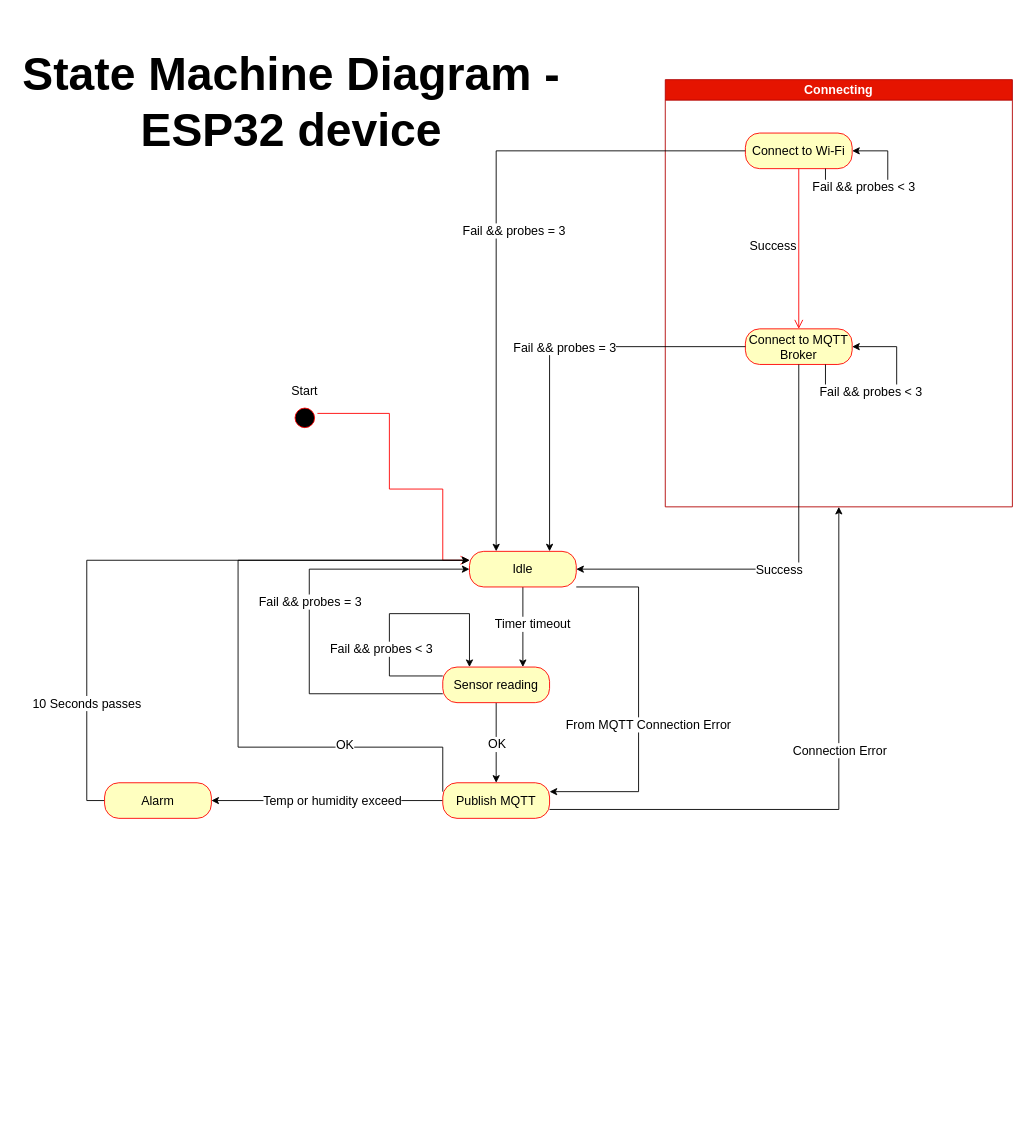
The draw.io diagram docs/Diagrams/State Machine Diagram.drawio in IgnacyO/SmartTempSensor, before the edit. Source tidied: cells renumbered, new cells numbered last; positions are measured from the earlier drawing's top-left corner, leaving out a move shared by most shapes. Both pictures are drawn from the tidied source at 89%, with x=0, y=0 at pixel (15, 79).
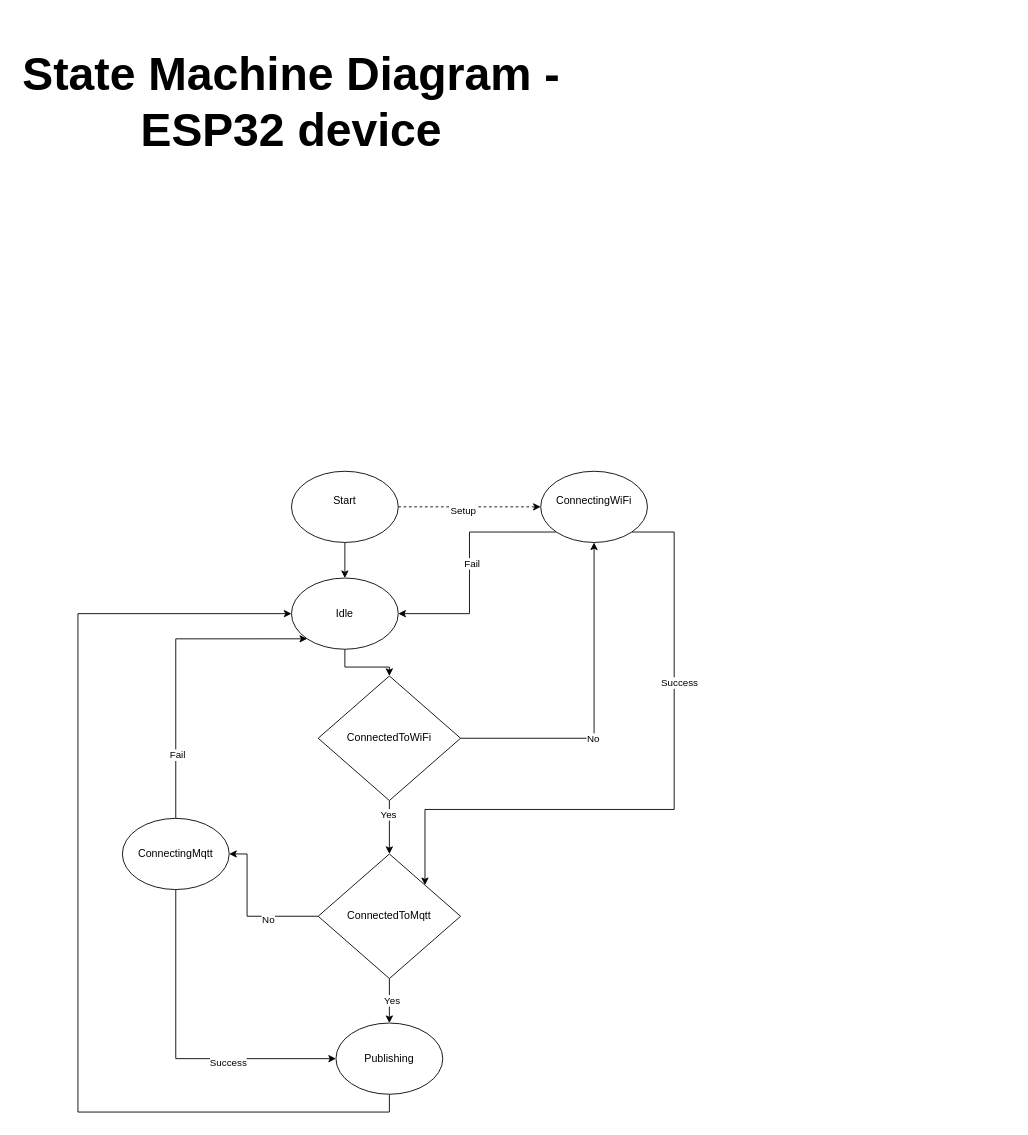
The same page after the edit.

Commit message (it also covers changes not shown here):
refactor/feat: update existing state machine diagram and add state machine summary

Diff of the diagram source:
```diff
@@
-    <mxCell id="2" style="ellipse;html=1;shape=startState;fillColor=#000000;strokeColor=#ff0000;verticalAlign=top;fontSize=14;" parent="1" vertex="1">
-      <mxGeometry x="310" y="365" width="30" height="30" as="geometry" />
-    </mxCell>
-    <mxCell id="3" style="edgeStyle=orthogonalEdgeStyle;html=1;verticalAlign=bottom;endArrow=open;endSize=8;strokeColor=light-dark(#FF0000,#FFFFFF);rounded=0;entryX=0;entryY=0.25;entryDx=0;entryDy=0;fontSize=14;" parent="1" edge="1" source="2" target="21">
-      <mxGeometry relative="1" as="geometry">
-        <Array as="points">
-          <mxPoint x="420" y="375" />
-          <mxPoint x="420" y="460" />
-          <mxPoint x="480" y="460" />
-        </Array>
-      </mxGeometry>
-    </mxCell>
-    <mxCell id="4" value="Connecting" style="swimlane;whiteSpace=wrap;html=1;perimeterSpacing=0;fillColor=#e51400;fontColor=#ffffff;strokeColor=#B20000;fontSize=14;" parent="1" vertex="1">
-      <mxGeometry x="730" width="390" height="480" as="geometry" />
-    </mxCell>
-    <mxCell id="5" value="Connect to Wi-Fi" style="rounded=1;whiteSpace=wrap;html=1;arcSize=40;fontColor=#000000;fillColor=#ffffc0;strokeColor=#ff0000;fontSize=14;" parent="4" vertex="1">
-      <mxGeometry x="90" y="60" width="120" height="40" as="geometry" />
-    </mxCell>
-    <mxCell id="6" style="edgeStyle=orthogonalEdgeStyle;html=1;verticalAlign=bottom;endArrow=open;endSize=8;strokeColor=light-dark(#FF0000,#FFFFFF);rounded=0;entryX=0.5;entryY=0;entryDx=0;entryDy=0;fontSize=14;" parent="4" edge="1" source="5" target="8">
-      <mxGeometry relative="1" as="geometry" />
-    </mxCell>
-    <mxCell id="7" value="Success" style="edgeLabel;html=1;align=center;verticalAlign=middle;labelBackgroundColor=none;fontSize=14;" parent="6" vertex="1">
-      <mxGeometry x="-0.04" y="-2" relative="1" as="geometry">
-        <mxPoint x="-28" as="offset" />
-      </mxGeometry>
-    </mxCell>
-    <mxCell id="8" value="Connect to MQTT Broker" style="rounded=1;whiteSpace=wrap;html=1;arcSize=40;fontColor=#000000;fillColor=#ffffc0;strokeColor=#ff0000;fontSize=14;" parent="4" vertex="1">
-      <mxGeometry x="90" y="280" width="120" height="40" as="geometry" />
-    </mxCell>
-    <mxCell id="9" style="edgeStyle=orthogonalEdgeStyle;rounded=0;orthogonalLoop=1;jettySize=auto;html=1;innerLoopWaypoints=1;exitX=0.75;exitY=1;exitDx=0;exitDy=0;entryX=1;entryY=0.5;entryDx=0;entryDy=0;fontSize=14;" parent="4" edge="1" source="5" target="5">
-      <mxGeometry relative="1" as="geometry">
-        <Array as="points">
-          <mxPoint x="180" y="120" />
-          <mxPoint x="250" y="120" />
-          <mxPoint x="250" y="80" />
-        </Array>
-      </mxGeometry>
-    </mxCell>
-    <mxCell id="10" value="Fail &amp;amp;&amp;amp; probes &amp;lt; 3" style="edgeLabel;html=1;align=center;verticalAlign=middle;labelBackgroundColor=default;fontSize=14;" parent="9" vertex="1">
-      <mxGeometry x="-0.27" y="1" relative="1" as="geometry">
-        <mxPoint y="1" as="offset" />
-      </mxGeometry>
-    </mxCell>
-    <mxCell id="11" style="edgeStyle=orthogonalEdgeStyle;rounded=0;orthogonalLoop=1;jettySize=auto;html=1;innerLoopWaypoints=1;exitX=0.75;exitY=1;exitDx=0;exitDy=0;entryX=1;entryY=0.5;entryDx=0;entryDy=0;fontSize=14;" parent="4" edge="1" source="8" target="8">
-      <mxGeometry relative="1" as="geometry">
-        <Array as="points">
-          <mxPoint x="180" y="350" />
-          <mxPoint x="260" y="350" />
-          <mxPoint x="260" y="300" />
-        </Array>
-      </mxGeometry>
-    </mxCell>
-    <mxCell id="12" value="Fail &amp;amp;&amp;amp; probes &amp;lt; 3" style="edgeLabel;html=1;align=center;verticalAlign=middle;labelBackgroundColor=default;fontSize=14;" parent="11" vertex="1">
-      <mxGeometry x="-0.27" y="1" relative="1" as="geometry">
-        <mxPoint x="3" y="1" as="offset" />
-      </mxGeometry>
-    </mxCell>
-    <mxCell id="13" style="edgeStyle=orthogonalEdgeStyle;rounded=0;jettySize=auto;html=1;exitX=0;exitY=0.5;exitDx=0;exitDy=0;entryX=0.25;entryY=0;entryDx=0;entryDy=0;fontSize=14;" parent="1" edge="1" source="5" target="21">
-      <mxGeometry relative="1" as="geometry" />
-    </mxCell>
-    <mxCell id="14" value="Fail &amp;amp;&amp;amp; probes = 3" style="edgeLabel;html=1;align=center;verticalAlign=middle;labelBackgroundColor=default;fontSize=14;" parent="13" vertex="1">
-      <mxGeometry x="0.59" y="2" relative="1" as="geometry">
-        <mxPoint x="17" y="-211" as="offset" />
-      </mxGeometry>
-    </mxCell>
-    <mxCell id="15" style="edgeStyle=orthogonalEdgeStyle;rounded=0;jettySize=auto;html=1;exitX=0;exitY=0.5;exitDx=0;exitDy=0;entryX=0.75;entryY=0;entryDx=0;entryDy=0;fontSize=14;" parent="1" edge="1" source="8" target="21">
-      <mxGeometry relative="1" as="geometry" />
-    </mxCell>
-    <mxCell id="16" value="Fail &amp;amp;&amp;amp; probes = 3" style="edgeLabel;html=1;align=center;verticalAlign=middle;labelBackgroundColor=default;fontSize=14;" parent="15" vertex="1">
-      <mxGeometry x="-0.37" relative="1" as="geometry">
-        <mxPoint x="-62" as="offset" />
-      </mxGeometry>
-    </mxCell>
-    <mxCell id="17" style="edgeStyle=orthogonalEdgeStyle;rounded=0;jettySize=auto;html=1;exitX=0.5;exitY=1;exitDx=0;exitDy=0;entryX=0.75;entryY=0;entryDx=0;entryDy=0;fontSize=14;" parent="1" edge="1" source="21" target="28">
-      <mxGeometry relative="1" as="geometry" />
-    </mxCell>
-    <mxCell id="18" value="Timer timeout" style="edgeLabel;html=1;align=center;verticalAlign=middle;fontSize=14;" parent="17" vertex="1">
-      <mxGeometry x="-0.08" relative="1" as="geometry">
-        <mxPoint x="10" as="offset" />
-      </mxGeometry>
-    </mxCell>
-    <mxCell id="19" style="edgeStyle=orthogonalEdgeStyle;rounded=0;jettySize=auto;html=1;exitX=1;exitY=1;exitDx=0;exitDy=0;entryX=1;entryY=0.25;entryDx=0;entryDy=0;fontSize=14;" parent="1" edge="1" source="21" target="37">
-      <mxGeometry relative="1" as="geometry">
-        <Array as="points">
-          <mxPoint x="700" y="570" />
-          <mxPoint x="700" y="800" />
-        </Array>
-      </mxGeometry>
-    </mxCell>
-    <mxCell id="20" value="From MQTT Connection Error" style="edgeLabel;html=1;align=center;verticalAlign=middle;fontSize=14;" parent="19" vertex="1">
-      <mxGeometry x="0.23" y="1" relative="1" as="geometry">
-        <mxPoint x="9" y="-22" as="offset" />
-      </mxGeometry>
-    </mxCell>
-    <mxCell id="21" value="Idle" style="rounded=1;whiteSpace=wrap;html=1;arcSize=40;fontColor=#000000;fillColor=#ffffc0;strokeColor=#ff0000;fontSize=14;" parent="1" vertex="1">
-      <mxGeometry x="510" y="530" width="120" height="40" as="geometry" />
-    </mxCell>
-    <mxCell id="22" style="edgeStyle=orthogonalEdgeStyle;rounded=0;jettySize=auto;html=1;exitX=0.5;exitY=1;exitDx=0;exitDy=0;entryX=1;entryY=0.5;entryDx=0;entryDy=0;fontSize=14;" parent="1" edge="1" source="8" target="21">
-      <mxGeometry relative="1" as="geometry" />
-    </mxCell>
-    <mxCell id="23" value="Success" style="edgeLabel;html=1;align=center;verticalAlign=middle;fontSize=14;" parent="22" vertex="1">
-      <mxGeometry x="0.09" y="-2" relative="1" as="geometry">
-        <mxPoint x="9" y="2" as="offset" />
-      </mxGeometry>
-    </mxCell>
-    <mxCell id="24" style="edgeStyle=orthogonalEdgeStyle;rounded=0;jettySize=auto;html=1;exitX=0.5;exitY=1;exitDx=0;exitDy=0;entryX=0.5;entryY=0;entryDx=0;entryDy=0;fontSize=14;" parent="1" edge="1" source="28" target="37">
-      <mxGeometry relative="1" as="geometry" />
-    </mxCell>
-    <mxCell id="25" value="OK" style="edgeLabel;html=1;align=center;verticalAlign=middle;fontSize=14;" parent="24" vertex="1">
-      <mxGeometry x="0.03" y="-2" relative="1" as="geometry">
-        <mxPoint x="2" as="offset" />
-      </mxGeometry>
-    </mxCell>
-    <mxCell id="26" style="edgeStyle=orthogonalEdgeStyle;rounded=0;jettySize=auto;html=1;exitX=0;exitY=0.75;exitDx=0;exitDy=0;entryX=0;entryY=0.5;entryDx=0;entryDy=0;fontSize=14;" parent="1" edge="1" source="28" target="21">
-      <mxGeometry relative="1" as="geometry">
-        <Array as="points">
-          <mxPoint x="330" y="689.9" />
-          <mxPoint x="330" y="549.9" />
-        </Array>
-      </mxGeometry>
-    </mxCell>
-    <mxCell id="27" value="Fail &amp;amp;&amp;amp; probes = 3" style="edgeLabel;html=1;align=center;verticalAlign=middle;fontSize=14;" parent="26" vertex="1">
-      <mxGeometry x="0.08" relative="1" as="geometry" />
-    </mxCell>
-    <mxCell id="28" value="Sensor reading" style="rounded=1;whiteSpace=wrap;html=1;arcSize=40;fontColor=#000000;fillColor=#ffffc0;strokeColor=#ff0000;fontSize=14;" parent="1" vertex="1">
-      <mxGeometry x="480" y="660" width="120" height="40" as="geometry" />
-    </mxCell>
-    <mxCell id="29" style="edgeStyle=orthogonalEdgeStyle;rounded=0;orthogonalLoop=1;jettySize=auto;html=1;innerLoopWaypoints=1;exitX=0;exitY=0.25;exitDx=0;exitDy=0;entryX=0.25;entryY=0;entryDx=0;entryDy=0;fontSize=14;" parent="1" edge="1" source="28" target="28">
-      <mxGeometry relative="1" as="geometry">
-        <Array as="points">
-          <mxPoint x="420" y="670" />
-          <mxPoint x="420" y="600" />
-          <mxPoint x="510" y="600" />
-        </Array>
-      </mxGeometry>
-    </mxCell>
-    <mxCell id="30" value="Fail &amp;amp;&amp;amp; probes &amp;lt; 3" style="edgeLabel;html=1;align=center;verticalAlign=middle;labelBackgroundColor=default;fontSize=14;" parent="29" vertex="1">
-      <mxGeometry x="-0.27" y="1" relative="1" as="geometry">
-        <mxPoint x="-9" y="11" as="offset" />
-      </mxGeometry>
-    </mxCell>
-    <mxCell id="31" style="edgeStyle=orthogonalEdgeStyle;rounded=0;jettySize=auto;html=1;exitX=1;exitY=0.75;exitDx=0;exitDy=0;entryX=0.5;entryY=1;entryDx=0;entryDy=0;fontSize=14;" parent="1" edge="1" source="37" target="4">
-      <mxGeometry relative="1" as="geometry">
-        <Array as="points">
-          <mxPoint x="925" y="820" />
-        </Array>
-      </mxGeometry>
-    </mxCell>
-    <mxCell id="32" value="Connection Error" style="edgeLabel;html=1;align=center;verticalAlign=middle;fontSize=14;" parent="31" vertex="1">
-      <mxGeometry x="0.13" y="1" relative="1" as="geometry">
-        <mxPoint x="1" y="-16" as="offset" />
-      </mxGeometry>
-    </mxCell>
-    <mxCell id="33" style="edgeStyle=orthogonalEdgeStyle;rounded=0;jettySize=auto;html=1;exitX=0;exitY=0.5;exitDx=0;exitDy=0;entryX=1;entryY=0.5;entryDx=0;entryDy=0;fontSize=14;" parent="1" edge="1" source="37" target="40">
-      <mxGeometry relative="1" as="geometry" />
-    </mxCell>
-    <mxCell id="34" value="Temp or humidity exceed" style="edgeLabel;html=1;align=center;verticalAlign=middle;fontSize=14;" parent="33" vertex="1">
-      <mxGeometry x="0.14" y="1" relative="1" as="geometry">
-        <mxPoint x="23" y="-1" as="offset" />
-      </mxGeometry>
-    </mxCell>
-    <mxCell id="35" style="edgeStyle=orthogonalEdgeStyle;rounded=0;jettySize=auto;html=1;exitX=0;exitY=0.25;exitDx=0;exitDy=0;entryX=0;entryY=0.25;entryDx=0;entryDy=0;fontSize=14;" parent="1" edge="1" source="37" target="21">
-      <mxGeometry relative="1" as="geometry">
-        <Array as="points">
-          <mxPoint x="480" y="750" />
-          <mxPoint x="250" y="750" />
-          <mxPoint x="250" y="540" />
-        </Array>
-      </mxGeometry>
-    </mxCell>
-    <mxCell id="36" value="OK" style="edgeLabel;html=1;align=center;verticalAlign=middle;fontSize=14;" parent="35" vertex="1">
-      <mxGeometry x="-0.57" y="-3" relative="1" as="geometry" />
-    </mxCell>
-    <mxCell id="37" value="Publish MQTT" style="rounded=1;whiteSpace=wrap;html=1;arcSize=40;fontColor=#000000;fillColor=#ffffc0;strokeColor=#ff0000;fontSize=14;" parent="1" vertex="1">
-      <mxGeometry x="480" y="790" width="120" height="40" as="geometry" />
-    </mxCell>
-    <mxCell id="38" style="edgeStyle=orthogonalEdgeStyle;rounded=0;jettySize=auto;html=1;exitX=0;exitY=0.5;exitDx=0;exitDy=0;entryX=0;entryY=0.25;entryDx=0;entryDy=0;fontSize=14;" parent="1" edge="1" source="40" target="21">
-      <mxGeometry relative="1" as="geometry" />
+    <mxCell id="38" style="edgeStyle=orthogonalEdgeStyle;rounded=0;orthogonalLoop=1;jettySize=auto;html=1;exitX=0;exitY=0.5;exitDx=0;exitDy=0;entryX=0;entryY=0.25;entryDx=0;entryDy=0;fontSize=14;" parent="1" edge="1">
+      <mxGeometry relative="1" as="geometry">
+        <mxPoint x="510" y="540" as="targetPoint" />
+      </mxGeometry>
     </mxCell>
@@
-    <mxCell id="40" value="Alarm" style="rounded=1;whiteSpace=wrap;html=1;arcSize=40;fontColor=#000000;fillColor=#ffffc0;strokeColor=#ff0000;fontSize=14;" parent="1" vertex="1">
-      <mxGeometry x="100" y="790" width="120" height="40" as="geometry" />
-    </mxCell>
@@
+    <mxCell id="43" style="edgeStyle=orthogonalEdgeStyle;rounded=0;jettySize=auto;html=1;exitX=0.5;exitY=1;exitDx=0;exitDy=0;entryX=0.5;entryY=0;entryDx=0;entryDy=0;" parent="1" edge="1" source="42" target="21">
+      <mxGeometry relative="1" as="geometry" />
+    </mxCell>
+    <mxCell id="44" style="edgeStyle=orthogonalEdgeStyle;rounded=0;jettySize=auto;html=1;exitX=1;exitY=0.5;exitDx=0;exitDy=0;entryX=0;entryY=0.5;entryDx=0;entryDy=0;dashed=1;" parent="1" edge="1" source="42" target="50">
+      <mxGeometry relative="1" as="geometry" />
+    </mxCell>
+    <mxCell id="45" value="Setup" style="edgeLabel;html=1;align=center;verticalAlign=middle;" parent="44" vertex="1">
+      <mxGeometry x="-0.1" y="-4" relative="1" as="geometry" />
+    </mxCell>
-    <mxCell id="42" value="Start" style="text;html=1;whiteSpace=wrap;strokeColor=none;fillColor=none;align=center;verticalAlign=middle;rounded=0;fontSize=14;" parent="1" vertex="1">
-      <mxGeometry x="295" y="335" width="60" height="30" as="geometry" />
+    <mxCell id="42" value="Start&lt;div&gt;&lt;br&gt;&lt;/div&gt;" style="ellipse;whiteSpace=wrap;html=1;shapeInside=1;" parent="1" vertex="1">
+      <mxGeometry x="310" y="440" width="120" height="80" as="geometry" />
     </mxCell>
+    <mxCell id="46" style="edgeStyle=orthogonalEdgeStyle;rounded=0;jettySize=auto;html=1;exitX=0;exitY=1;exitDx=0;exitDy=0;entryX=1;entryY=0.5;entryDx=0;entryDy=0;" parent="1" edge="1" source="50" target="21">
+      <mxGeometry relative="1" as="geometry" />
+    </mxCell>
+    <mxCell id="47" value="Fail" style="edgeLabel;html=1;align=center;verticalAlign=middle;" parent="46" vertex="1">
+      <mxGeometry x="-0.01" y="2" relative="1" as="geometry" />
+    </mxCell>
+    <mxCell id="48" style="edgeStyle=orthogonalEdgeStyle;rounded=0;jettySize=auto;html=1;exitX=1;exitY=1;exitDx=0;exitDy=0;entryX=1;entryY=0;entryDx=0;entryDy=0;" parent="1" edge="1" source="50" target="66">
+      <mxGeometry relative="1" as="geometry">
+        <Array as="points">
+          <mxPoint x="740" y="508.3" />
+          <mxPoint x="740" y="820" />
+          <mxPoint x="460.1" y="820" />
+        </Array>
+      </mxGeometry>
+    </mxCell>
+    <mxCell id="49" value="Success" style="edgeLabel;html=1;align=center;verticalAlign=middle;" parent="48" vertex="1">
+      <mxGeometry x="-0.4" y="5" relative="1" as="geometry" />
+    </mxCell>
+    <mxCell id="50" value="ConnectingWiFi&lt;div&gt;&lt;br/&gt;&lt;/div&gt;" style="ellipse;whiteSpace=wrap;html=1;shapeInside=1;" parent="1" vertex="1">
+      <mxGeometry x="590" y="440" width="120" height="80" as="geometry" />
+    </mxCell>
+    <mxCell id="51" style="edgeStyle=orthogonalEdgeStyle;rounded=0;jettySize=auto;html=1;exitX=1;exitY=0.5;exitDx=0;exitDy=0;entryX=0.5;entryY=1;entryDx=0;entryDy=0;" parent="1" edge="1" source="61" target="50">
+      <mxGeometry relative="1" as="geometry" />
+    </mxCell>
+    <mxCell id="52" value="No" style="edgeLabel;html=1;align=center;verticalAlign=middle;" parent="51" vertex="1">
+      <mxGeometry x="-0.19" y="2" relative="1" as="geometry" />
+    </mxCell>
+    <mxCell id="53" style="edgeStyle=orthogonalEdgeStyle;rounded=0;jettySize=auto;html=1;exitX=0.5;exitY=1;exitDx=0;exitDy=0;entryX=0.5;entryY=0;entryDx=0;entryDy=0;" parent="1" edge="1" source="21" target="61">
+      <mxGeometry relative="1" as="geometry" />
+    </mxCell>
+    <mxCell id="21" value="Idle" style="ellipse;whiteSpace=wrap;html=1;shapeInside=1;" parent="1" vertex="1">
+      <mxGeometry x="310" y="560" width="120" height="80" as="geometry" />
+    </mxCell>
+    <mxCell id="54" style="edgeStyle=orthogonalEdgeStyle;rounded=0;jettySize=auto;html=1;exitX=0.5;exitY=0;exitDx=0;exitDy=0;entryX=0;entryY=1;entryDx=0;entryDy=0;" parent="1" edge="1" source="58" target="21">
+      <mxGeometry relative="1" as="geometry">
+        <Array as="points">
+          <mxPoint x="180.1" y="628.3" />
+        </Array>
+      </mxGeometry>
+    </mxCell>
+    <mxCell id="55" value="Fail" style="edgeLabel;html=1;align=center;verticalAlign=middle;" parent="54" vertex="1">
+      <mxGeometry x="-0.59" y="-1" relative="1" as="geometry" />
+    </mxCell>
+    <mxCell id="56" style="edgeStyle=orthogonalEdgeStyle;rounded=0;jettySize=auto;html=1;exitX=0.5;exitY=1;exitDx=0;exitDy=0;entryX=0;entryY=0.5;entryDx=0;entryDy=0;" parent="1" edge="1" source="58" target="68">
+      <mxGeometry relative="1" as="geometry" />
+    </mxCell>
+    <mxCell id="57" value="Success" style="edgeLabel;html=1;align=center;verticalAlign=middle;" parent="56" vertex="1">
+      <mxGeometry x="0.34" y="-4" relative="1" as="geometry" />
+    </mxCell>
+    <mxCell id="58" value="ConnectingMqtt" style="ellipse;whiteSpace=wrap;html=1;shapeInside=1;" parent="1" vertex="1">
+      <mxGeometry x="120" y="830" width="120" height="80" as="geometry" />
+    </mxCell>
+    <mxCell id="59" style="edgeStyle=orthogonalEdgeStyle;rounded=0;jettySize=auto;html=1;exitX=0.5;exitY=1;exitDx=0;exitDy=0;entryX=0.5;entryY=0;entryDx=0;entryDy=0;" parent="1" edge="1" source="61" target="66">
+      <mxGeometry relative="1" as="geometry" />
+    </mxCell>
+    <mxCell id="60" value="Yes" style="edgeLabel;html=1;align=center;verticalAlign=middle;" parent="59" vertex="1">
+      <mxGeometry x="-0.49" y="-2" relative="1" as="geometry" />
+    </mxCell>
+    <mxCell id="61" value="ConnectedToWiFi" style="rhombus;whiteSpace=wrap;html=1;shapeInside=1;" parent="1" vertex="1">
+      <mxGeometry x="340" y="670" width="160" height="140" as="geometry" />
+    </mxCell>
+    <mxCell id="62" style="edgeStyle=orthogonalEdgeStyle;rounded=0;jettySize=auto;html=1;exitX=0;exitY=0.5;exitDx=0;exitDy=0;entryX=1;entryY=0.5;entryDx=0;entryDy=0;" parent="1" edge="1" source="66" target="58">
+      <mxGeometry relative="1" as="geometry">
+        <Array as="points">
+          <mxPoint x="260.1" y="940" />
+          <mxPoint x="260.1" y="870" />
+        </Array>
+      </mxGeometry>
+    </mxCell>
+    <mxCell id="63" value="No" style="edgeLabel;html=1;align=center;verticalAlign=middle;" parent="62" vertex="1">
+      <mxGeometry x="-0.33" y="3" relative="1" as="geometry" />
+    </mxCell>
+    <mxCell id="64" style="edgeStyle=orthogonalEdgeStyle;rounded=0;jettySize=auto;html=1;exitX=0.5;exitY=1;exitDx=0;exitDy=0;entryX=0.5;entryY=0;entryDx=0;entryDy=0;" parent="1" edge="1" source="66" target="68">
+      <mxGeometry relative="1" as="geometry" />
+    </mxCell>
+    <mxCell id="65" value="Yes" style="edgeLabel;html=1;align=center;verticalAlign=middle;" parent="64" vertex="1">
+      <mxGeometry x="-0.06" y="2" relative="1" as="geometry" />
+    </mxCell>
+    <mxCell id="66" value="ConnectedToMqtt" style="rhombus;whiteSpace=wrap;html=1;shapeInside=1;" parent="1" vertex="1">
+      <mxGeometry x="340" y="870" width="160" height="140" as="geometry" />
+    </mxCell>
+    <mxCell id="67" style="edgeStyle=orthogonalEdgeStyle;rounded=0;jettySize=auto;html=1;exitX=0.5;exitY=1;exitDx=0;exitDy=0;entryX=0;entryY=0.5;entryDx=0;entryDy=0;" parent="1" edge="1" source="68" target="21">
+      <mxGeometry relative="1" as="geometry">
+        <Array as="points">
+          <mxPoint x="420.1" y="1160" />
+          <mxPoint x="70.1" y="1160" />
+          <mxPoint x="70.1" y="600" />
+        </Array>
+      </mxGeometry>
+    </mxCell>
+    <mxCell id="68" value="Publishing" style="ellipse;whiteSpace=wrap;html=1;shapeInside=1;" parent="1" vertex="1">
+      <mxGeometry x="360" y="1060" width="120" height="80" as="geometry" />
+    </mxCell>
```
